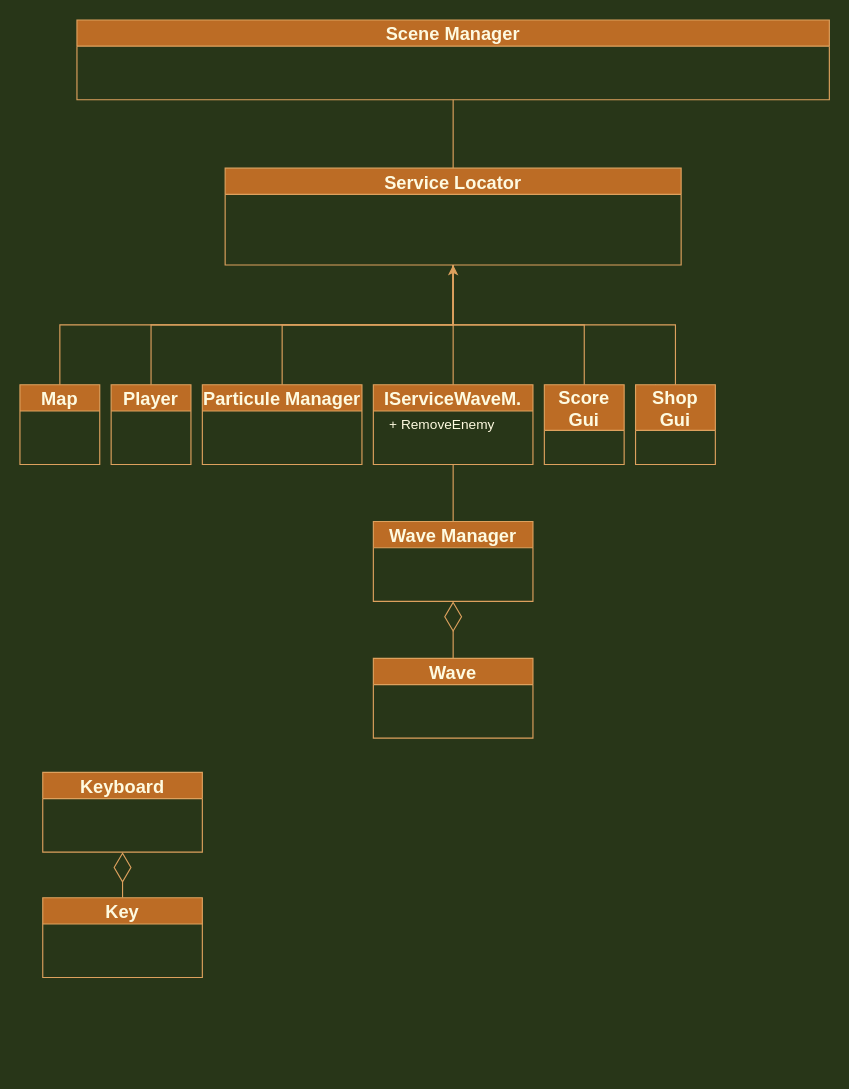
Above: flow_chart/Uml.drawio in MounirAia/Web-Shoot-em-up (draw.io), before the change. Source tidied: cells renumbered, new cells numbered last; positions are measured from the earlier drawing's top-left corner, leaving out a move shared by most shapes. Both pictures are drawn from the tidied source at 114%, with x=0, y=0 at pixel (19, 19).
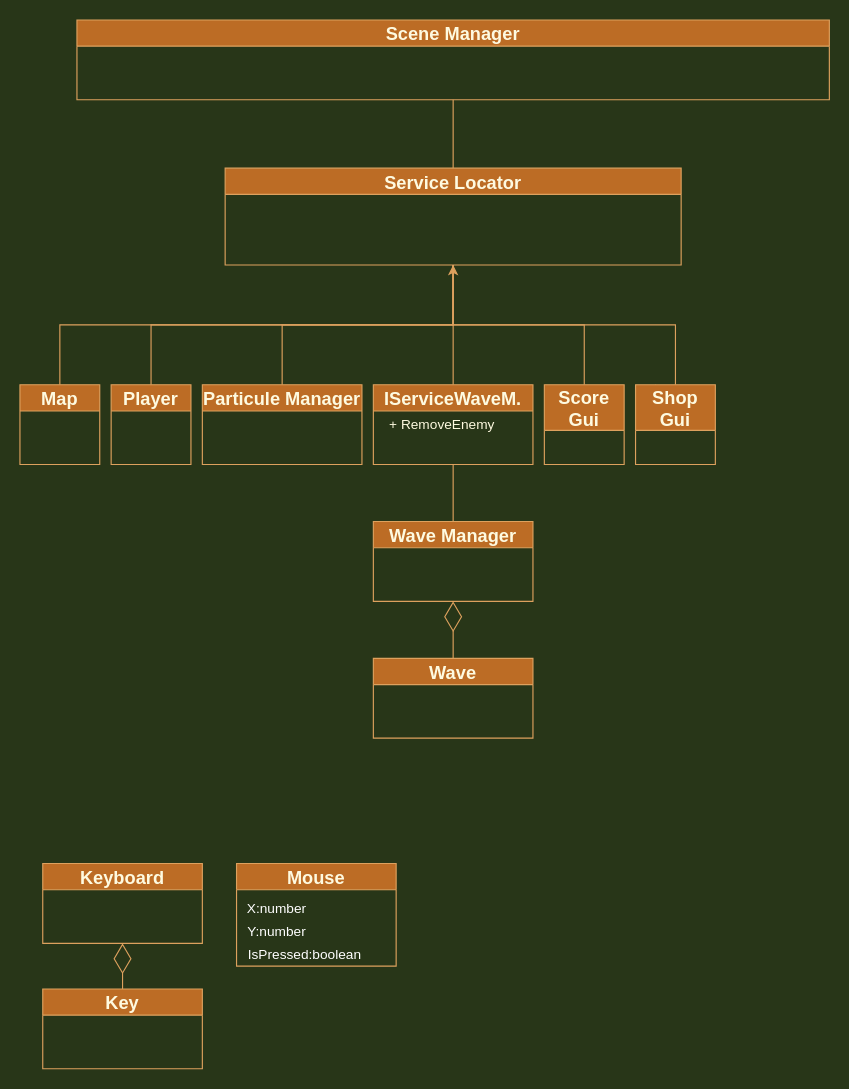
Above is the later version.

The edit, as a diff of the source:
```diff
@@
     <mxCell id="24" value="Keyboard" style="swimlane;fontSize=16;fillColor=#BC6C25;strokeColor=#DDA15E;fontColor=#FEFAE0;" parent="1" vertex="1">
-      <mxGeometry x="20" y="660" width="140" height="70" as="geometry" />
+      <mxGeometry x="20" y="740" width="140" height="70" as="geometry" />
     </mxCell>
@@
     <mxCell id="26" value="Key" style="swimlane;fontSize=16;fillColor=#BC6C25;strokeColor=#DDA15E;fontColor=#FEFAE0;" parent="1" vertex="1">
-      <mxGeometry x="20" y="770" width="140" height="70" as="geometry" />
+      <mxGeometry x="20" y="850" width="140" height="70" as="geometry" />
     </mxCell>
+    <mxCell id="27" value="Mouse" style="swimlane;fontSize=16;fillColor=#BC6C25;strokeColor=#DDA15E;fontColor=#FEFAE0;startSize=23;" parent="1" vertex="1">
+      <mxGeometry x="190" y="740" width="140" height="90" as="geometry" />
+    </mxCell>
+    <mxCell id="28" value="&lt;font color=&quot;#ffffff&quot;&gt;X:number&lt;/font&gt;" style="text;html=1;align=center;verticalAlign=middle;strokeColor=none;fillColor=none;" parent="27" vertex="1">
+      <mxGeometry x="-0.5" y="30" width="70" height="20" as="geometry" />
+    </mxCell>
+    <mxCell id="29" value="Y:number" style="text;html=1;strokeColor=none;fillColor=none;align=center;verticalAlign=middle;whiteSpace=wrap;rounded=0;fontColor=#FFFFFF;" parent="27" vertex="1">
+      <mxGeometry x="-2" y="50" width="75" height="20" as="geometry" />
+    </mxCell>
+    <mxCell id="30" value="IsPressed:boolean" style="text;html=1;strokeColor=none;fillColor=none;align=center;verticalAlign=middle;whiteSpace=wrap;rounded=0;fontColor=#FFFFFF;" parent="27" vertex="1">
+      <mxGeometry x="30" y="70" width="60" height="20" as="geometry" />
+    </mxCell>
```
